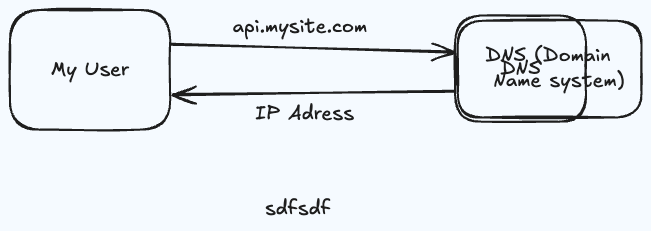
Before: notes/system_design_interview_by_alex_xu/images/web_server.excalidraw.png, a diagram exported from Excalidraw (deepkamalsingh/system-design). Source tidied: one line per element, renumbered; positions are measured from the earlier drawing's top-left corner, leaving out a move shared by most shapes.
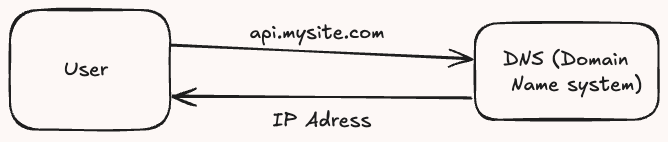
After the change.

The edit, as a diff of the source:
```diff
@@ -1,8 +1,8 @@
-{"id": 0, "type": "rectangle", "strokeColor": "#1e1e1e", "strokeWidth": 2, "roughness": 1, "round": true, "x": 0, "y": 0, "width": 160, "height": 120}
+{"id": 0, "type": "rectangle", "strokeColor": "#1e1e1e", "strokeWidth": 2, "roughness": 1, "round": true, "x": -17, "y": -7, "width": 160, "height": 120}
-{"id": 1, "type": "text", "text": "My User", "strokeColor": "#1e1e1e", "strokeWidth": 2, "roughness": 1, "fontSize": 20, "fontFamily": 5, "textAlign": "center", "verticalAlign": "middle", "inside": 0, "x": 41, "y": 47, "width": 78, "height": 25}
+{"id": 1, "type": "text", "text": "User ", "strokeColor": "#1e1e1e", "strokeWidth": 2, "roughness": 1, "fontSize": 20, "fontFamily": 5, "textAlign": "center", "verticalAlign": "middle", "inside": 0, "x": 37, "y": 41, "width": 52, "height": 25}
-{"id": 2, "type": "arrow", "strokeColor": "#1e1e1e", "strokeWidth": 2, "roughness": 1, "endArrowhead": "arrow", "round": true, "from": 0, "x": 161, "y": 35, "width": 283, "height": 7, "points": [[0, 0], [283, 7]]}
+{"id": 2, "type": "arrow", "strokeColor": "#1e1e1e", "strokeWidth": 2, "roughness": 1, "endArrowhead": "arrow", "round": true, "from": 0, "x": 144, "y": 29, "width": 300, "height": 12, "points": [[0, 0], [300, 12]]}
 {"id": 3, "type": "text", "text": "api.mysite.com", "strokeColor": "#1e1e1e", "strokeWidth": 2, "roughness": 1, "fontSize": 20, "fontFamily": 5, "x": 222, "y": 4, "width": 135, "height": 25}
-{"id": 4, "type": "arrow", "strokeColor": "#1e1e1e", "strokeWidth": 2, "roughness": 1, "endArrowhead": "arrow", "round": true, "to": 0, "x": 443, "y": 82, "width": 281, "height": 2, "points": [[0, 0], [-281, 2]]}
+{"id": 4, "type": "arrow", "strokeColor": "#1e1e1e", "strokeWidth": 2, "roughness": 1, "endArrowhead": "arrow", "round": true, "to": 0, "x": 443, "y": 82, "width": 298, "height": 3, "points": [[0, 0], [-298, -3]]}
 {"id": 5, "type": "text", "text": "IP Adress", "strokeColor": "#1e1e1e", "strokeWidth": 2, "roughness": 1, "fontSize": 20, "fontFamily": 5, "x": 245, "y": 91, "width": 99, "height": 25}
-{"id": 6, "type": "rectangle", "strokeColor": "#1e1e1e", "strokeWidth": 2, "roughness": 1, "round": true, "x": 448, "y": 11, "width": 184, "height": 97}
+{"id": 6, "type": "rectangle", "strokeColor": "#1e1e1e", "strokeWidth": 2, "roughness": 1, "round": true, "x": 448, "y": 7, "width": 184, "height": 97}
-{"id": 7, "type": "text", "text": "DNS (Domain\n Name system)", "strokeColor": "#1e1e1e", "strokeWidth": 2, "roughness": 1, "fontSize": 20, "fontFamily": 5, "x": 476, "y": 34, "width": 139, "height": 50}
+{"id": 7, "type": "text", "text": "DNS (Domain\n Name system)", "strokeColor": "#1e1e1e", "strokeWidth": 2, "roughness": 1, "fontSize": 20, "fontFamily": 5, "x": 476, "y": 30, "width": 139, "height": 50}
```
